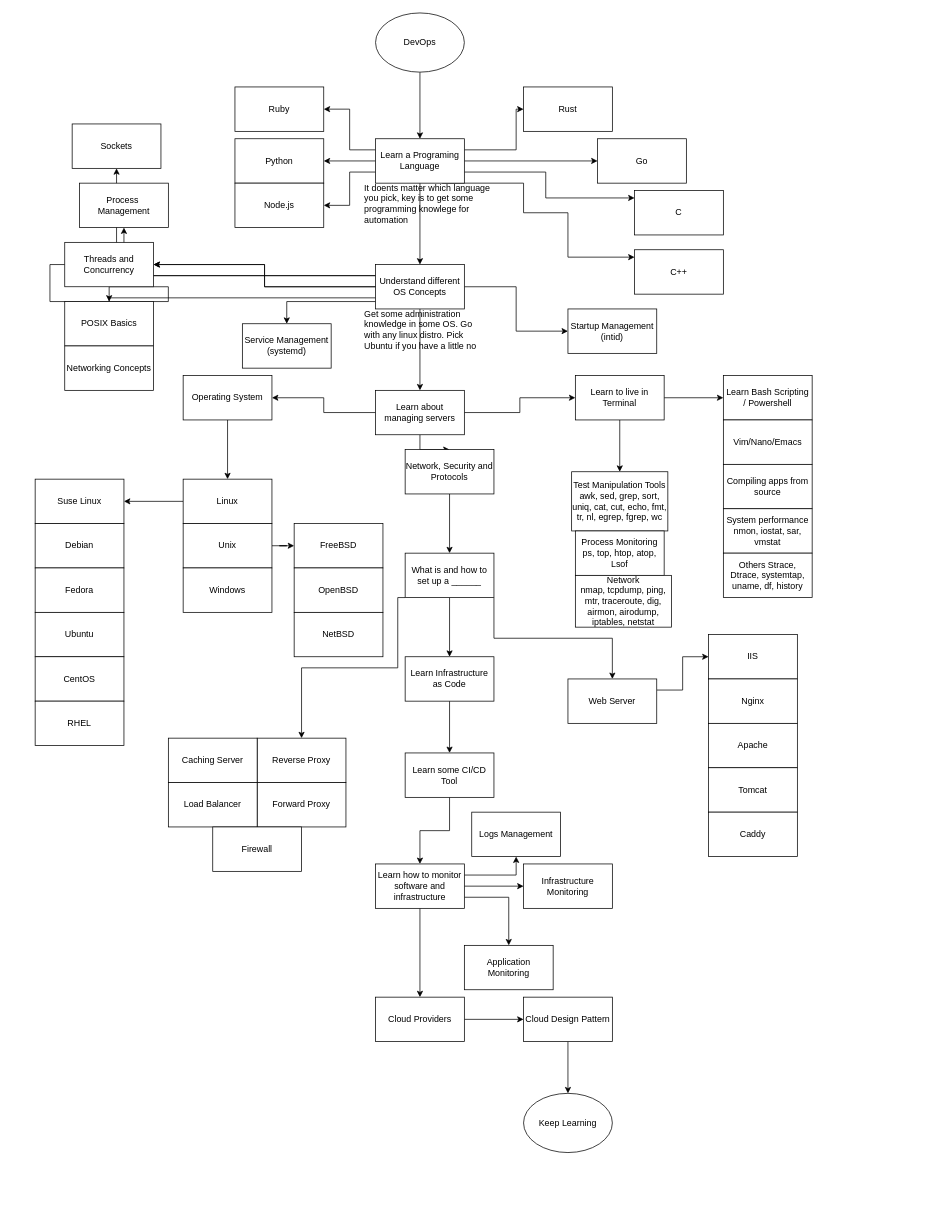
Above: Untitled Diagram.drawio in jibonilla03/DrawIO (draw.io), before the change. Source tidied: cells renumbered, new cells numbered last; positions are measured from the earlier drawing's top-left corner, leaving out a move shared by most shapes. Both pictures are drawn from the tidied source at 74%, with x=0, y=0 at pixel (35, 13).
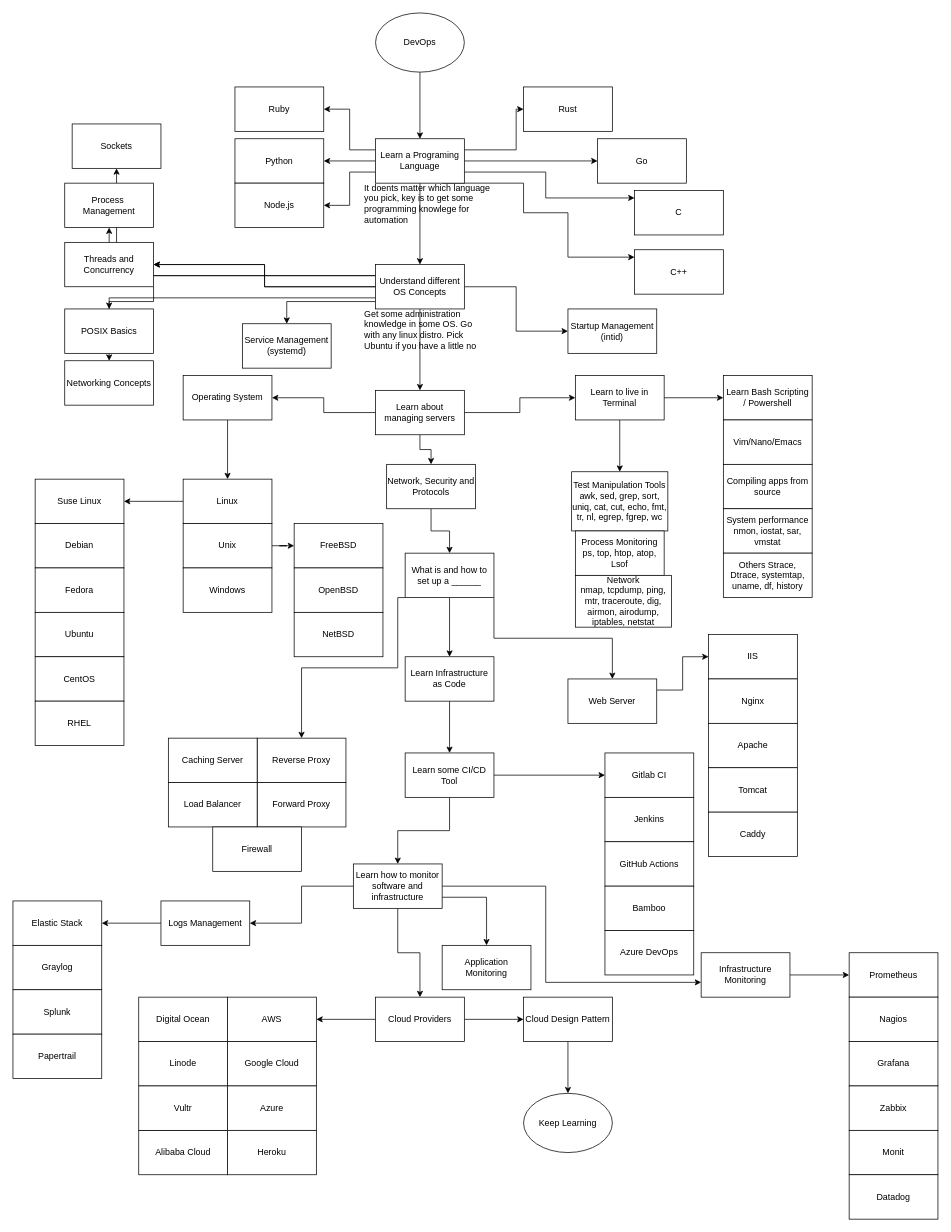
The same page after the edit.

The change refers to these unchanged cells:
```xml
<mxCell id="40" value="Learn some CI/CD Tool" style="whiteSpace=wrap;html=1;" parent="1" vertex="1">
  <mxGeometry x="500" y="1000" width="120" height="60" as="geometry" />
</mxCell>
<mxCell id="50" value="Cloud Providers" style="whiteSpace=wrap;html=1;" parent="1" vertex="1">
  <mxGeometry x="460" y="1330" width="120" height="60" as="geometry" />
</mxCell>
<mxCell id="68" value="Threads and Concurrency" style="rounded=0;whiteSpace=wrap;html=1;" parent="1" vertex="1">
  <mxGeometry x="40" y="310" width="120" height="60" as="geometry" />
</mxCell>
```

The edit, as a diff of the source:
```diff
@@
-    <mxCell id="19" style="edgeStyle=orthogonalEdgeStyle;rounded=0;jettySize=auto;html=1;exitX=0;exitY=0.5;exitDx=0;exitDy=0;" parent="1" edge="1" source="68" target="67">
+    <mxCell id="19" style="edgeStyle=orthogonalEdgeStyle;rounded=0;jettySize=auto;html=1;exitX=1;exitY=1;exitDx=0;exitDy=0;" parent="1" edge="1" source="68" target="67">
       <mxGeometry relative="1" as="geometry" />
     </mxCell>
@@
     <mxCell id="32" value="Network, Security and Protocols" style="whiteSpace=wrap;html=1;" parent="1" vertex="1">
-      <mxGeometry x="500" y="590" width="120" height="60" as="geometry" />
+      <mxGeometry x="475" y="610" width="120" height="60" as="geometry" />
     </mxCell>
@@
+    <mxCell id="105" style="edgeStyle=orthogonalEdgeStyle;rounded=0;jettySize=auto;html=1;" parent="1" edge="1" source="40" target="109">
+      <mxGeometry relative="1" as="geometry" />
+    </mxCell>
@@
     <mxCell id="41" style="edgeStyle=orthogonalEdgeStyle;rounded=0;jettySize=auto;html=1;" parent="1" edge="1" source="45" target="46">
-      <mxGeometry relative="1" as="geometry" />
+      <mxGeometry relative="1" as="geometry">
+        <Array as="points">
+          <mxPoint x="690" y="1180" />
+          <mxPoint x="690" y="1310" />
+        </Array>
+      </mxGeometry>
     </mxCell>
@@
-    <mxCell id="43" style="edgeStyle=orthogonalEdgeStyle;rounded=0;jettySize=auto;html=1;exitX=1;exitY=0.25;exitDx=0;exitDy=0;" parent="1" edge="1" source="45" target="48">
+    <mxCell id="43" style="edgeStyle=orthogonalEdgeStyle;rounded=0;jettySize=auto;html=1;" parent="1" edge="1" source="45" target="48">
       <mxGeometry relative="1" as="geometry" />
     </mxCell>
@@
     <mxCell id="45" value="Learn how to monitor software and infrastructure" style="whiteSpace=wrap;html=1;" parent="1" vertex="1">
-      <mxGeometry x="460" y="1150" width="120" height="60" as="geometry" />
+      <mxGeometry x="430" y="1150" width="120" height="60" as="geometry" />
     </mxCell>
+    <mxCell id="106" style="edgeStyle=orthogonalEdgeStyle;rounded=0;jettySize=auto;html=1;" parent="1" edge="1" source="46" target="126">
+      <mxGeometry relative="1" as="geometry" />
+    </mxCell>
     <mxCell id="46" value="Infrastructure Monitoring" style="whiteSpace=wrap;html=1;" parent="1" vertex="1">
-      <mxGeometry x="660" y="1150" width="120" height="60" as="geometry" />
+      <mxGeometry x="900" y="1270" width="120" height="60" as="geometry" />
     </mxCell>
     <mxCell id="47" value="Application Monitoring" style="rounded=0;whiteSpace=wrap;html=1;" parent="1" vertex="1">
-      <mxGeometry x="580" y="1260" width="120" height="60" as="geometry" />
+      <mxGeometry x="550" y="1260" width="120" height="60" as="geometry" />
     </mxCell>
+    <mxCell id="107" style="edgeStyle=orthogonalEdgeStyle;rounded=0;jettySize=auto;html=1;" parent="1" edge="1" source="48" target="122">
+      <mxGeometry relative="1" as="geometry" />
+    </mxCell>
     <mxCell id="48" value="Logs Management" style="rounded=0;whiteSpace=wrap;html=1;" parent="1" vertex="1">
-      <mxGeometry x="590" y="1080" width="120" height="60" as="geometry" />
+      <mxGeometry x="170" y="1200" width="120" height="60" as="geometry" />
     </mxCell>
@@
+    <mxCell id="108" style="edgeStyle=orthogonalEdgeStyle;rounded=0;jettySize=auto;html=1;" parent="1" edge="1" source="50" target="114">
+      <mxGeometry relative="1" as="geometry" />
+    </mxCell>
@@
     <mxCell id="65" value="Process&amp;nbsp; Management" style="rounded=0;whiteSpace=wrap;html=1;" parent="1" vertex="1">
-      <mxGeometry x="60" y="230" width="120" height="60" as="geometry" />
+      <mxGeometry x="40" y="230" width="120" height="60" as="geometry" />
     </mxCell>
@@
     <mxCell id="67" value="POSIX Basics" style="rounded=0;whiteSpace=wrap;html=1;" parent="1" vertex="1">
-      <mxGeometry x="40" y="390" width="120" height="60" as="geometry" />
+      <mxGeometry x="40" y="400" width="120" height="60" as="geometry" />
     </mxCell>
@@
     <mxCell id="70" value="Networking Concepts" style="rounded=0;whiteSpace=wrap;html=1;" parent="1" vertex="1">
-      <mxGeometry x="40" y="450" width="120" height="60" as="geometry" />
+      <mxGeometry x="40" y="470" width="120" height="60" as="geometry" />
     </mxCell>
@@
+    <mxCell id="109" value="Gitlab CI" style="whiteSpace=wrap;html=1;" parent="1" vertex="1">
+      <mxGeometry x="770" y="1000" width="120" height="60" as="geometry" />
+    </mxCell>
+    <mxCell id="110" value="Jenkins" style="rounded=0;whiteSpace=wrap;html=1;" parent="1" vertex="1">
+      <mxGeometry x="770" y="1060" width="120" height="60" as="geometry" />
+    </mxCell>
+    <mxCell id="111" value="GitHub Actions" style="rounded=0;whiteSpace=wrap;html=1;" parent="1" vertex="1">
+      <mxGeometry x="770" y="1120" width="120" height="60" as="geometry" />
+    </mxCell>
+    <mxCell id="112" value="Bamboo" style="rounded=0;whiteSpace=wrap;html=1;" parent="1" vertex="1">
+      <mxGeometry x="770" y="1180" width="120" height="60" as="geometry" />
+    </mxCell>
+    <mxCell id="113" value="Azure DevOps" style="rounded=0;whiteSpace=wrap;html=1;" parent="1" vertex="1">
+      <mxGeometry x="770" y="1240" width="120" height="60" as="geometry" />
+    </mxCell>
+    <mxCell id="114" value="AWS" style="whiteSpace=wrap;html=1;" parent="1" vertex="1">
+      <mxGeometry x="260" y="1330" width="120" height="60" as="geometry" />
+    </mxCell>
+    <mxCell id="115" value="Google Cloud" style="rounded=0;whiteSpace=wrap;html=1;" parent="1" vertex="1">
+      <mxGeometry x="260" y="1390" width="120" height="60" as="geometry" />
+    </mxCell>
+    <mxCell id="116" value="Azure" style="rounded=0;whiteSpace=wrap;html=1;" parent="1" vertex="1">
+      <mxGeometry x="260" y="1450" width="120" height="60" as="geometry" />
+    </mxCell>
+    <mxCell id="117" value="Heroku" style="rounded=0;whiteSpace=wrap;html=1;" parent="1" vertex="1">
+      <mxGeometry x="260" y="1510" width="120" height="60" as="geometry" />
+    </mxCell>
+    <mxCell id="118" value="Alibaba Cloud" style="rounded=0;whiteSpace=wrap;html=1;" parent="1" vertex="1">
+      <mxGeometry x="140" y="1510" width="120" height="60" as="geometry" />
+    </mxCell>
+    <mxCell id="119" value="Digital Ocean" style="rounded=0;whiteSpace=wrap;html=1;" parent="1" vertex="1">
+      <mxGeometry x="140" y="1330" width="120" height="60" as="geometry" />
+    </mxCell>
+    <mxCell id="120" value="Linode" style="rounded=0;whiteSpace=wrap;html=1;" parent="1" vertex="1">
+      <mxGeometry x="140" y="1390" width="120" height="60" as="geometry" />
+    </mxCell>
+    <mxCell id="121" value="Vultr" style="rounded=0;whiteSpace=wrap;html=1;" parent="1" vertex="1">
+      <mxGeometry x="140" y="1450" width="120" height="60" as="geometry" />
+    </mxCell>
+    <mxCell id="122" value="Elastic Stack" style="whiteSpace=wrap;html=1;rounded=0;" parent="1" vertex="1">
+      <mxGeometry x="-30" y="1200" width="120" height="60" as="geometry" />
+    </mxCell>
+    <mxCell id="123" value="Graylog" style="rounded=0;whiteSpace=wrap;html=1;" parent="1" vertex="1">
+      <mxGeometry x="-30" y="1260" width="120" height="60" as="geometry" />
+    </mxCell>
+    <mxCell id="124" value="Splunk" style="rounded=0;whiteSpace=wrap;html=1;" parent="1" vertex="1">
+      <mxGeometry x="-30" y="1320" width="120" height="60" as="geometry" />
+    </mxCell>
+    <mxCell id="125" value="Papertrail" style="rounded=0;whiteSpace=wrap;html=1;" parent="1" vertex="1">
+      <mxGeometry x="-30" y="1380" width="120" height="60" as="geometry" />
+    </mxCell>
+    <mxCell id="126" value="Prometheus" style="whiteSpace=wrap;html=1;" parent="1" vertex="1">
+      <mxGeometry x="1100" y="1270" width="120" height="60" as="geometry" />
+    </mxCell>
+    <mxCell id="127" value="Nagios" style="rounded=0;whiteSpace=wrap;html=1;" parent="1" vertex="1">
+      <mxGeometry x="1100" y="1330" width="120" height="60" as="geometry" />
+    </mxCell>
+    <mxCell id="128" value="Grafana" style="rounded=0;whiteSpace=wrap;html=1;" parent="1" vertex="1">
+      <mxGeometry x="1100" y="1390" width="120" height="60" as="geometry" />
+    </mxCell>
+    <mxCell id="129" value="Zabbix" style="rounded=0;whiteSpace=wrap;html=1;" parent="1" vertex="1">
+      <mxGeometry x="1100" y="1450" width="120" height="60" as="geometry" />
+    </mxCell>
+    <mxCell id="130" value="Monit" style="rounded=0;whiteSpace=wrap;html=1;" parent="1" vertex="1">
+      <mxGeometry x="1100" y="1510" width="120" height="60" as="geometry" />
+    </mxCell>
+    <mxCell id="131" value="Datadog" style="rounded=0;whiteSpace=wrap;html=1;" parent="1" vertex="1">
+      <mxGeometry x="1100" y="1570" width="120" height="60" as="geometry" />
+    </mxCell>
```
